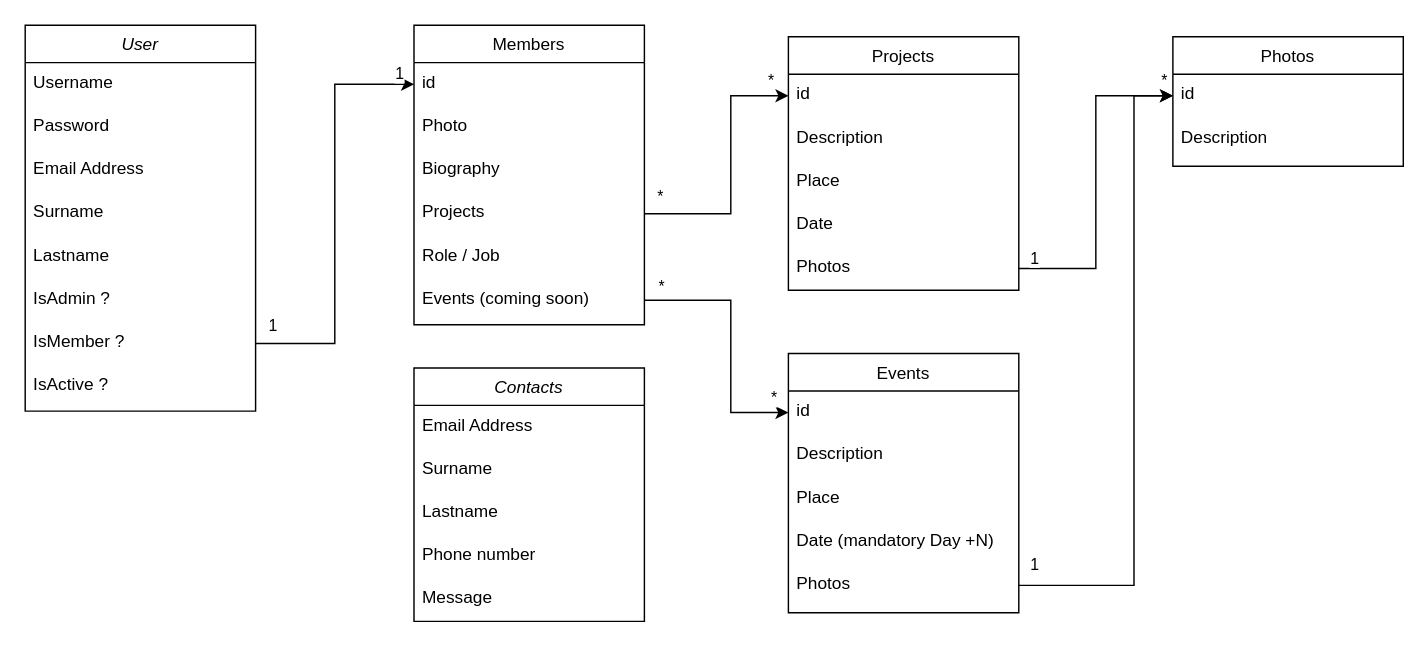
gmaOCR/Asso_Karkhiv keeps this draw.io diagram as UML Diagrams.drawio. Above is the earlier version. Source tidied: cells renumbered, new cells numbered last; positions are measured from the earlier drawing's top-left corner, leaving out a move shared by most shapes. Both pictures are drawn from the tidied source at 144%, with x=0, y=0 at pixel (24, 24).
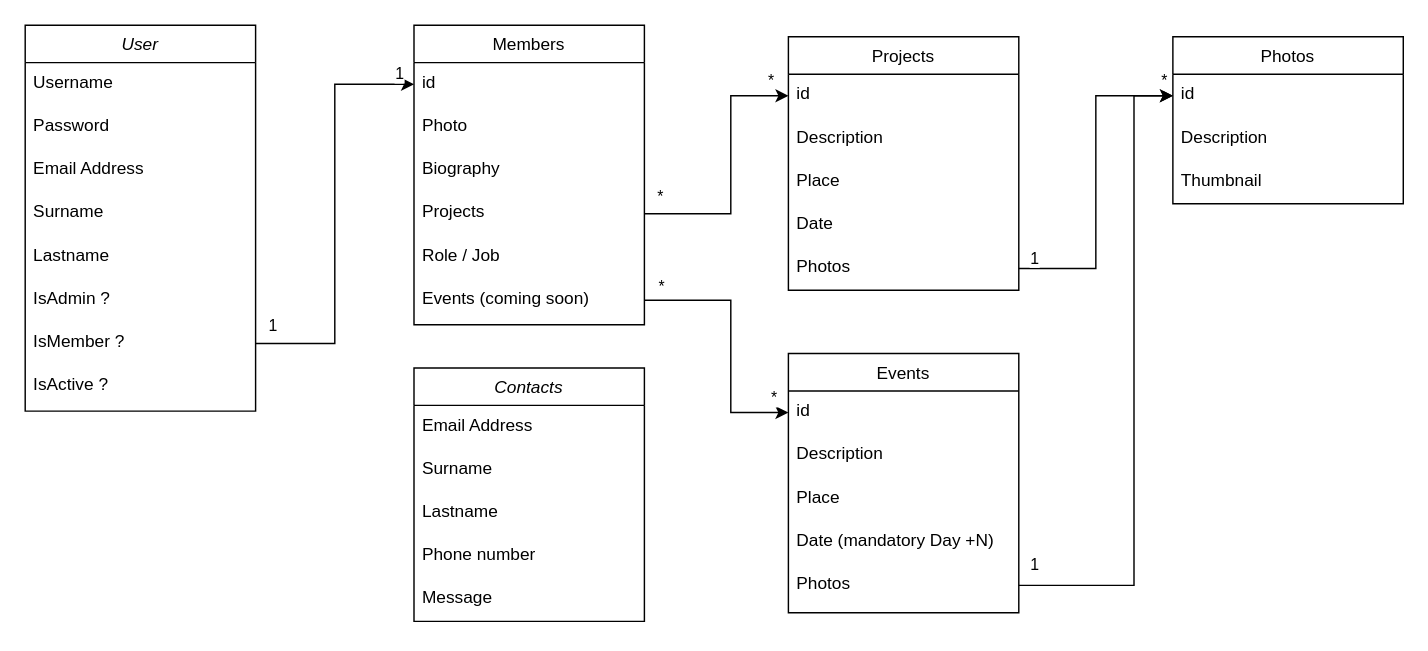
The same diagram, later.

Commit message:
upddate Photo

What changed in the source:
```diff
@@
     <mxCell id="45" value="Photos" style="swimlane;fontStyle=0;align=center;verticalAlign=top;horizontal=1;startSize=26;rounded=0;shadow=0;strokeWidth=1;" parent="1" vertex="1">
-      <mxGeometry x="797" y="8" width="160" height="90" as="geometry" />
+      <mxGeometry x="797" y="8" width="160" height="116" as="geometry" />
     </mxCell>
@@
+    <mxCell id="53" value="Thumbnail" style="text;align=left;verticalAlign=top;spacingLeft=4;spacingRight=4;overflow=hidden;rounded=0;shadow=0;html=0;" parent="45" vertex="1">
+      <mxGeometry y="86" width="160" height="30" as="geometry" />
+    </mxCell>
```
